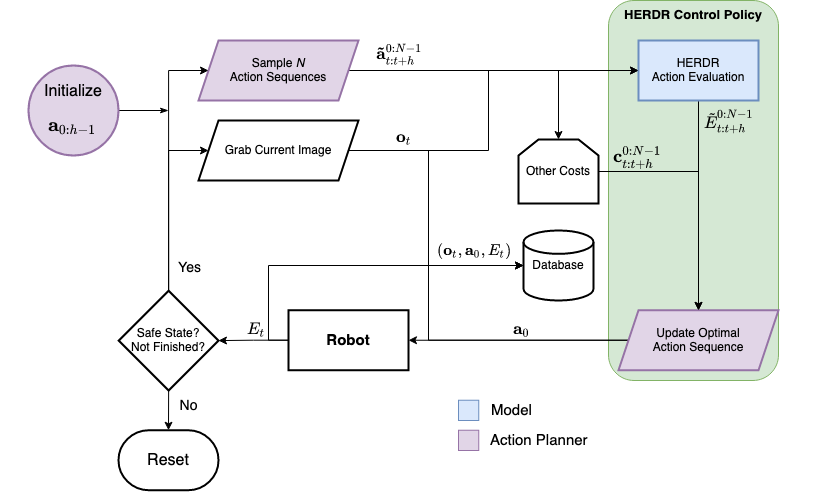
Before: Report Back-up/images/HERDR_pipeline.png, a diagram exported from draw.io (NDurocher/HERDR-Msc-Thesis). Source tidied: cells renumbered, new cells last; positions are measured from the earlier drawing's top-left corner, leaving out a move shared by most shapes.
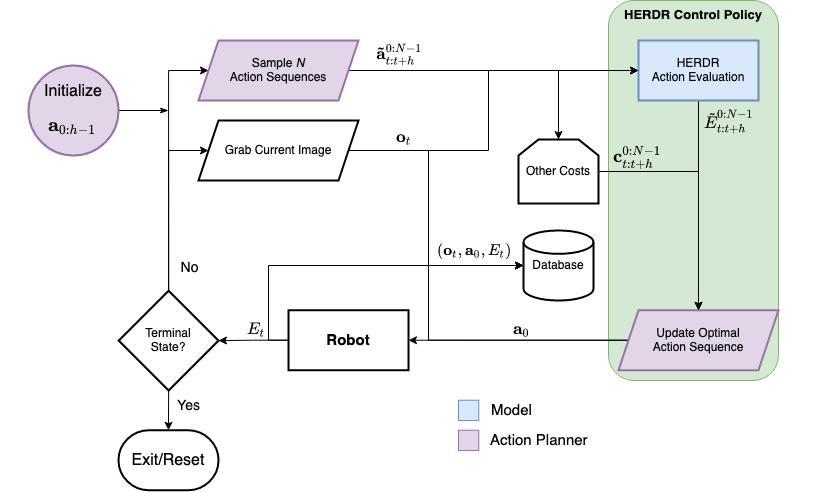
After the commit.

What changed in the source:
```diff
@@ -114,18 +114,18 @@
         </Array>
       </mxGeometry>
     </mxCell>
-    <mxCell id="27" value="Yes" style="edgeLabel;html=1;align=center;verticalAlign=middle;fontSize=14;labelBackgroundColor=none;" parent="26" vertex="1">
+    <mxCell id="27" value="No" style="edgeLabel;html=1;align=center;verticalAlign=middle;fontSize=14;labelBackgroundColor=none;" parent="26" vertex="1">
       <mxGeometry x="-0.86" y="-3" relative="1" as="geometry">
         <mxPoint x="17" y="-5" as="offset" />
       </mxGeometry>
     </mxCell>
-    <mxCell id="28" value="No" style="edgeStyle=orthogonalEdgeStyle;rounded=0;jettySize=auto;html=1;exitX=0.5;exitY=1;exitDx=0;exitDy=0;entryX=0.5;entryY=0;entryDx=0;entryDy=0;entryPerimeter=0;fontSize=14;endArrow=classic;endFill=1;labelBackgroundColor=none;" parent="1" edge="1" source="29" target="30">
+    <mxCell id="28" value="Yes" style="edgeStyle=orthogonalEdgeStyle;rounded=0;jettySize=auto;html=1;exitX=0.5;exitY=1;exitDx=0;exitDy=0;entryX=0.5;entryY=0;entryDx=0;entryDy=0;entryPerimeter=0;fontSize=14;endArrow=classic;endFill=1;labelBackgroundColor=none;" parent="1" edge="1" source="29" target="30">
       <mxGeometry x="-0.2" y="20" relative="1" as="geometry" />
     </mxCell>
-    <mxCell id="29" value="&lt;div&gt;Safe State?&lt;/div&gt;&lt;div&gt;Not Finished?&lt;br&gt;&lt;/div&gt;" style="rhombus;whiteSpace=wrap;html=1;strokeWidth=2;" parent="1" vertex="1">
+    <mxCell id="29" value="&lt;div&gt;Terminal&lt;/div&gt;&lt;div&gt;State?&lt;br&gt;&lt;/div&gt;" style="rhombus;whiteSpace=wrap;html=1;strokeWidth=2;" parent="1" vertex="1">
       <mxGeometry x="90.3" y="290.3" width="99.7" height="99.7" as="geometry" />
     </mxCell>
-    <mxCell id="30" value="Reset" style="strokeWidth=2;html=1;shape=mxgraph.flowchart.terminator;whiteSpace=wrap;labelBackgroundColor=none;fontSize=16;" parent="1" vertex="1">
+    <mxCell id="30" value="Exit/Reset" style="strokeWidth=2;html=1;shape=mxgraph.flowchart.terminator;whiteSpace=wrap;labelBackgroundColor=none;fontSize=16;" parent="1" vertex="1">
       <mxGeometry x="90" y="429.7" width="100" height="60" as="geometry" />
     </mxCell>
     <mxCell id="31" value="Database" style="strokeWidth=2;html=1;shape=mxgraph.flowchart.database;whiteSpace=wrap;labelBackgroundColor=none;fontSize=12;" parent="1" vertex="1">
```
